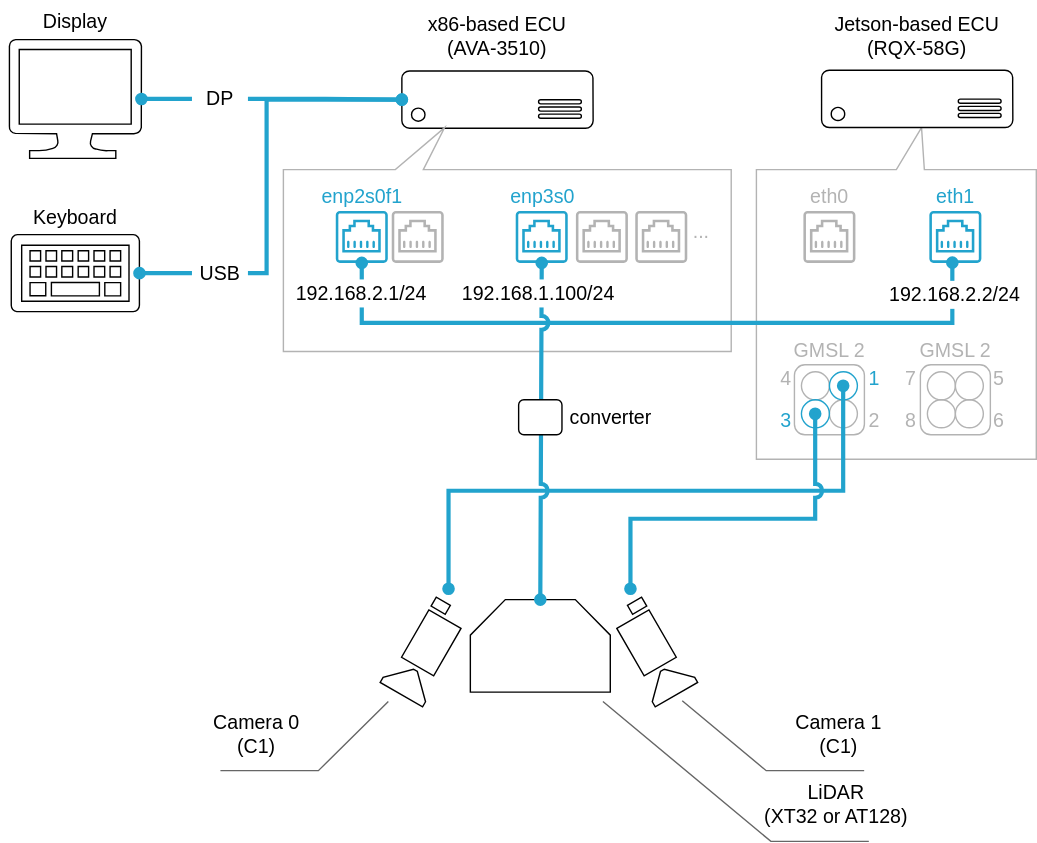
Before: docs/tutorials/connection.drawio.svg, a diagram exported from draw.io (tier4/edge-auto). Source tidied: cells renumbered, new cells last; positions are measured from the earlier drawing's top-left corner, leaving out a move shared by most shapes.
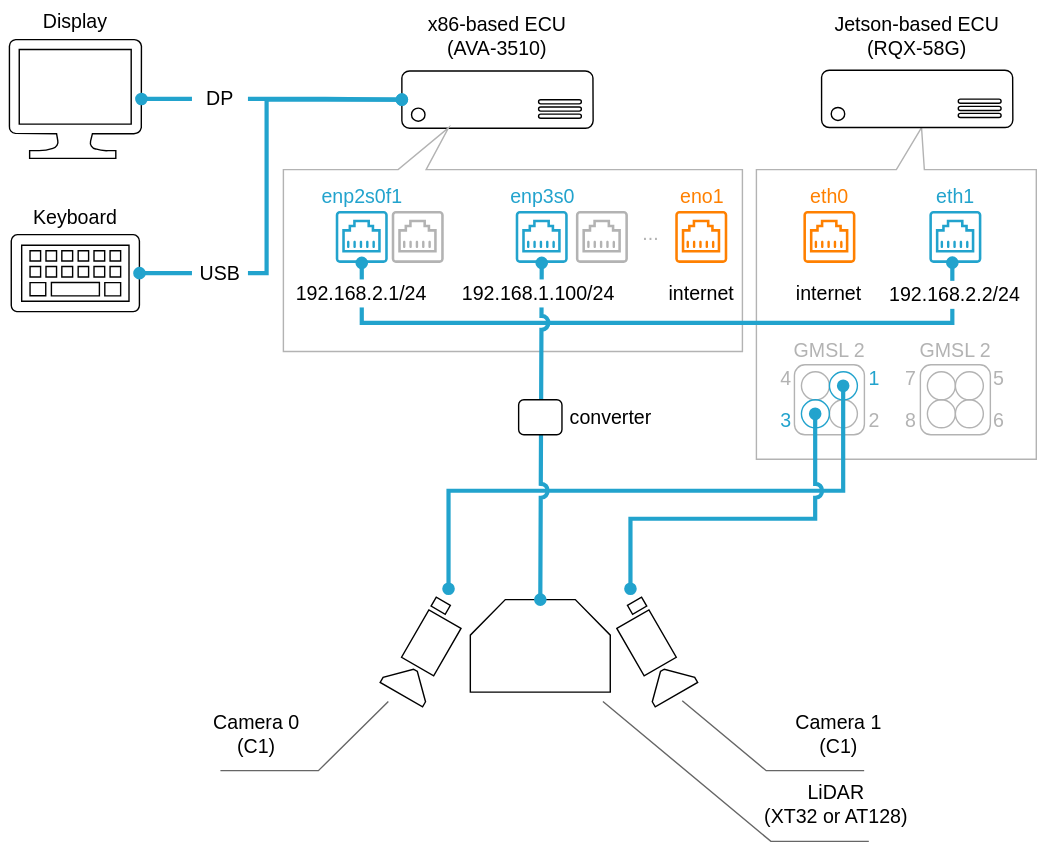
After the change.

Commit message:
docs: add internet connection

Diff of the diagram source:
```diff
@@ -139,7 +139,7 @@
       <mxGeometry x="570" y="10" width="170" height="30" as="geometry" />
     </mxCell>
     <mxCell id="43" style="shape=callout;whiteSpace=wrap;html=1;perimeter=calloutPerimeter;fontFamily=Helvetica;fontSize=20;strokeColor=#B3B3B3;fillColor=none;position2=0.36;flipH=0;flipV=1;size=30;position=0.25;" parent="1" vertex="1">
-      <mxGeometry x="202" y="90.5" width="320" height="160" as="geometry" />
+      <mxGeometry x="202" y="90.5" width="328" height="160" as="geometry" />
     </mxCell>
     <mxCell id="44" style="verticalLabelPosition=bottom;outlineConnect=0;align=center;dashed=0;html=1;verticalAlign=top;shape=mxgraph.pid.misc.bin;rotation=-180;" parent="1" vertex="1">
       <mxGeometry x="335.6" y="427.8" width="100" height="66.1" as="geometry" />
@@ -166,10 +166,10 @@
         </Array>
       </mxGeometry>
     </mxCell>
-    <mxCell id="50" style="sketch=0;shadow=0;dashed=0;html=1;strokeColor=none;fillColor=#b3b3b3;labelPosition=center;verticalLabelPosition=bottom;verticalAlign=top;align=center;shape=mxgraph.vvd.ethernet_port;rotation=-180;strokeWidth=1;" parent="1" vertex="1">
+    <mxCell id="50" style="sketch=0;shadow=0;dashed=0;html=1;strokeColor=none;fillColor=#FF8000;labelPosition=center;verticalLabelPosition=bottom;verticalAlign=top;align=center;shape=mxgraph.vvd.ethernet_port;rotation=-180;strokeWidth=1;" parent="1" vertex="1">
       <mxGeometry x="573.6" y="150" width="37.2" height="37.2" as="geometry" />
     </mxCell>
-    <mxCell id="51" value="&lt;font color=&quot;#b3b3b3&quot;&gt;&lt;span style=&quot;font-size: 14px;&quot;&gt;eth0&lt;/span&gt;&lt;/font&gt;" style="text;html=1;align=center;verticalAlign=middle;strokeColor=none;fillColor=none;fontSize=28;" parent="1" vertex="1">
+    <mxCell id="51" value="&lt;font&gt;&lt;span style=&quot;font-size: 14px;&quot;&gt;eth0&lt;/span&gt;&lt;/font&gt;" style="text;html=1;align=center;verticalAlign=middle;strokeColor=none;fillColor=none;fontSize=28;fontColor=#FF8000;" parent="1" vertex="1">
       <mxGeometry x="567.2" y="110" width="50" height="50" as="geometry" />
     </mxCell>
     <mxCell id="52" value="&lt;span style=&quot;font-size: 14px;&quot;&gt;&lt;font color=&quot;#22a3cd&quot;&gt;eth1&lt;/font&gt;&lt;/span&gt;" style="text;html=1;align=center;verticalAlign=middle;strokeColor=none;fillColor=none;fontSize=28;" parent="1" vertex="1">
@@ -200,8 +200,8 @@
     <mxCell id="58" style="sketch=0;shadow=0;dashed=0;html=1;strokeColor=none;fillColor=#b3b3b3;labelPosition=center;verticalLabelPosition=bottom;verticalAlign=top;align=center;shape=mxgraph.vvd.ethernet_port;rotation=-180;" parent="1" vertex="1">
       <mxGeometry x="411" y="150" width="37.2" height="37.2" as="geometry" />
     </mxCell>
-    <mxCell id="59" style="sketch=0;shadow=0;dashed=0;html=1;strokeColor=none;fillColor=#b3b3b3;labelPosition=center;verticalLabelPosition=bottom;verticalAlign=top;align=center;shape=mxgraph.vvd.ethernet_port;rotation=-180;" parent="1" vertex="1">
-      <mxGeometry x="453.4" y="150" width="37.2" height="37.2" as="geometry" />
+    <mxCell id="59" style="sketch=0;shadow=0;dashed=0;html=1;strokeColor=none;fillColor=#FF8000;labelPosition=center;verticalLabelPosition=bottom;verticalAlign=top;align=center;shape=mxgraph.vvd.ethernet_port;rotation=-180;" parent="1" vertex="1">
+      <mxGeometry x="482" y="150" width="37.2" height="37.2" as="geometry" />
     </mxCell>
     <mxCell id="60" value="&lt;font color=&quot;#22a3cd&quot;&gt;&lt;span style=&quot;font-size: 14px;&quot;&gt;enp2s0f1&lt;/span&gt;&lt;/font&gt;" style="text;html=1;align=center;verticalAlign=middle;strokeColor=none;fillColor=none;fontSize=28;" parent="1" vertex="1">
       <mxGeometry x="218" y="110" width="80" height="50" as="geometry" />
@@ -209,17 +209,17 @@
     <mxCell id="61" value="&lt;font color=&quot;#22a3cd&quot;&gt;&lt;span style=&quot;font-size: 14px;&quot;&gt;enp3s0&lt;/span&gt;&lt;/font&gt;" style="text;html=1;align=center;verticalAlign=middle;strokeColor=none;fillColor=none;fontSize=28;" parent="1" vertex="1">
       <mxGeometry x="351.6" y="110" width="70" height="50" as="geometry" />
     </mxCell>
-    <mxCell id="62" value="&lt;font style=&quot;font-size: 14px&quot;&gt;&lt;span style=&quot;font-size: 14px&quot;&gt;192.168.2.1/24&lt;/span&gt;&lt;/font&gt;" style="text;html=1;strokeColor=none;fillColor=default;align=center;verticalAlign=middle;whiteSpace=wrap;rounded=0;fontSize=14;fontStyle=0;fontColor=#000000;" parent="1" vertex="1">
+    <mxCell id="62" value="&lt;font style=&quot;font-size: 14px&quot;&gt;&lt;span style=&quot;font-size: 14px&quot;&gt;192.168.2.1/24&lt;/span&gt;&lt;/font&gt;" style="text;html=1;strokeColor=none;fillColor=#FFFFFF;align=center;verticalAlign=middle;whiteSpace=wrap;rounded=0;fontSize=14;fontStyle=0;fontColor=#000000;" parent="1" vertex="1">
       <mxGeometry x="208" y="199" width="100" height="20" as="geometry" />
     </mxCell>
-    <mxCell id="63" value="&lt;font style=&quot;font-size: 14px&quot;&gt;&lt;span style=&quot;font-size: 14px&quot;&gt;192.168.2.2/24&lt;/span&gt;&lt;/font&gt;" style="text;html=1;strokeColor=none;fillColor=default;align=center;verticalAlign=middle;whiteSpace=wrap;rounded=0;fontSize=14;fontStyle=0;fontColor=#000000;" parent="1" vertex="1">
+    <mxCell id="63" value="&lt;font style=&quot;font-size: 14px&quot;&gt;&lt;span style=&quot;font-size: 14px&quot;&gt;192.168.2.2/24&lt;/span&gt;&lt;/font&gt;" style="text;html=1;strokeColor=none;fillColor=#FFFFFF;align=center;verticalAlign=middle;whiteSpace=wrap;rounded=0;fontSize=14;fontStyle=0;fontColor=#000000;" parent="1" vertex="1">
       <mxGeometry x="631.1" y="200" width="102.2" height="20" as="geometry" />
     </mxCell>
-    <mxCell id="64" value="&lt;font style=&quot;font-size: 14px&quot;&gt;&lt;span style=&quot;font-size: 14px&quot;&gt;192.168.1.100/24&lt;br&gt;&lt;/span&gt;&lt;/font&gt;" style="text;html=1;strokeColor=none;fillColor=default;align=center;verticalAlign=middle;whiteSpace=wrap;rounded=0;fontSize=14;fontStyle=0;fontColor=#000000;" parent="1" vertex="1">
+    <mxCell id="64" value="&lt;font style=&quot;font-size: 14px&quot;&gt;&lt;span style=&quot;font-size: 14px&quot;&gt;192.168.1.100/24&lt;br&gt;&lt;/span&gt;&lt;/font&gt;" style="text;html=1;strokeColor=none;fillColor=#FFFFFF;align=center;verticalAlign=middle;whiteSpace=wrap;rounded=0;fontSize=14;fontStyle=0;fontColor=#000000;" parent="1" vertex="1">
       <mxGeometry x="320.9" y="199" width="127.1" height="20" as="geometry" />
     </mxCell>
     <mxCell id="65" value="&lt;font style=&quot;font-size: 14px&quot;&gt;&lt;span style=&quot;font-size: 14px&quot;&gt;&lt;font color=&quot;#b3b3b3&quot;&gt;...&lt;/font&gt;&lt;br&gt;&lt;/span&gt;&lt;/font&gt;" style="text;html=1;strokeColor=none;fillColor=none;align=left;verticalAlign=middle;whiteSpace=wrap;rounded=0;fontSize=14;fontStyle=0;" parent="1" vertex="1">
-      <mxGeometry x="493" y="155" width="35" height="20" as="geometry" />
+      <mxGeometry x="457" y="155.6" width="35" height="20" as="geometry" />
     </mxCell>
     <mxCell id="66" style="rounded=1;whiteSpace=wrap;html=1;fontSize=14;fontColor=#F0F0F0;" parent="1" vertex="1">
       <mxGeometry x="370.1" y="285" width="31" height="25" as="geometry" />
@@ -236,5 +236,14 @@
     <mxCell id="70" value="&lt;div style=&quot;border-color: rgb(0, 0, 0); color: rgb(0, 0, 0); font-family: Helvetica; font-size: 14px; font-style: normal; font-variant-ligatures: normal; font-variant-caps: normal; font-weight: 400; letter-spacing: normal; orphans: 2; text-indent: 0px; text-transform: none; widows: 2; word-spacing: 0px; -webkit-text-stroke-width: 0px; text-decoration-thickness: initial; text-decoration-style: initial; text-decoration-color: initial;&quot;&gt;Camera 0&lt;/div&gt;&lt;div style=&quot;border-color: rgb(0, 0, 0); color: rgb(0, 0, 0); font-family: Helvetica; font-size: 14px; font-style: normal; font-variant-ligatures: normal; font-variant-caps: normal; font-weight: 400; letter-spacing: normal; orphans: 2; text-indent: 0px; text-transform: none; widows: 2; word-spacing: 0px; -webkit-text-stroke-width: 0px; text-decoration-thickness: initial; text-decoration-style: initial; text-decoration-color: initial;&quot;&gt;(C1)&lt;/div&gt;" style="text;html=1;fontSize=14;fontColor=#000000;whiteSpace=wrap;fillColor=none;align=center;" parent="1" vertex="1">
       <mxGeometry x="128.4" y="500.5" width="110" height="50" as="geometry" />
     </mxCell>
+    <mxCell id="71" value="&lt;font&gt;&lt;span style=&quot;font-size: 14px;&quot;&gt;eno1&lt;/span&gt;&lt;/font&gt;" style="text;html=1;align=center;verticalAlign=middle;strokeColor=none;fillColor=none;fontSize=28;fontColor=#FF8000;" parent="1" vertex="1">
+      <mxGeometry x="475.6" y="110" width="50" height="50" as="geometry" />
+    </mxCell>
+    <mxCell id="72" value="&lt;font style=&quot;font-size: 14px&quot;&gt;&lt;span style=&quot;font-size: 14px&quot;&gt;internet&lt;/span&gt;&lt;/font&gt;" style="text;html=1;strokeColor=none;fillColor=#FFFFFF;align=center;verticalAlign=middle;whiteSpace=wrap;rounded=0;fontSize=14;fontStyle=0;fontColor=#000000;" parent="1" vertex="1">
+      <mxGeometry x="566.1" y="199" width="52.2" height="20" as="geometry" />
+    </mxCell>
+    <mxCell id="73" value="&lt;font style=&quot;font-size: 14px&quot;&gt;&lt;span style=&quot;font-size: 14px&quot;&gt;internet&lt;/span&gt;&lt;/font&gt;" style="text;html=1;strokeColor=none;fillColor=#FFFFFF;align=center;verticalAlign=middle;whiteSpace=wrap;rounded=0;fontSize=14;fontStyle=0;fontColor=#000000;" parent="1" vertex="1">
+      <mxGeometry x="474.5" y="194.5" width="52.2" height="29" as="geometry" />
+    </mxCell>
   </root>
 </mxGraphModel>
```
